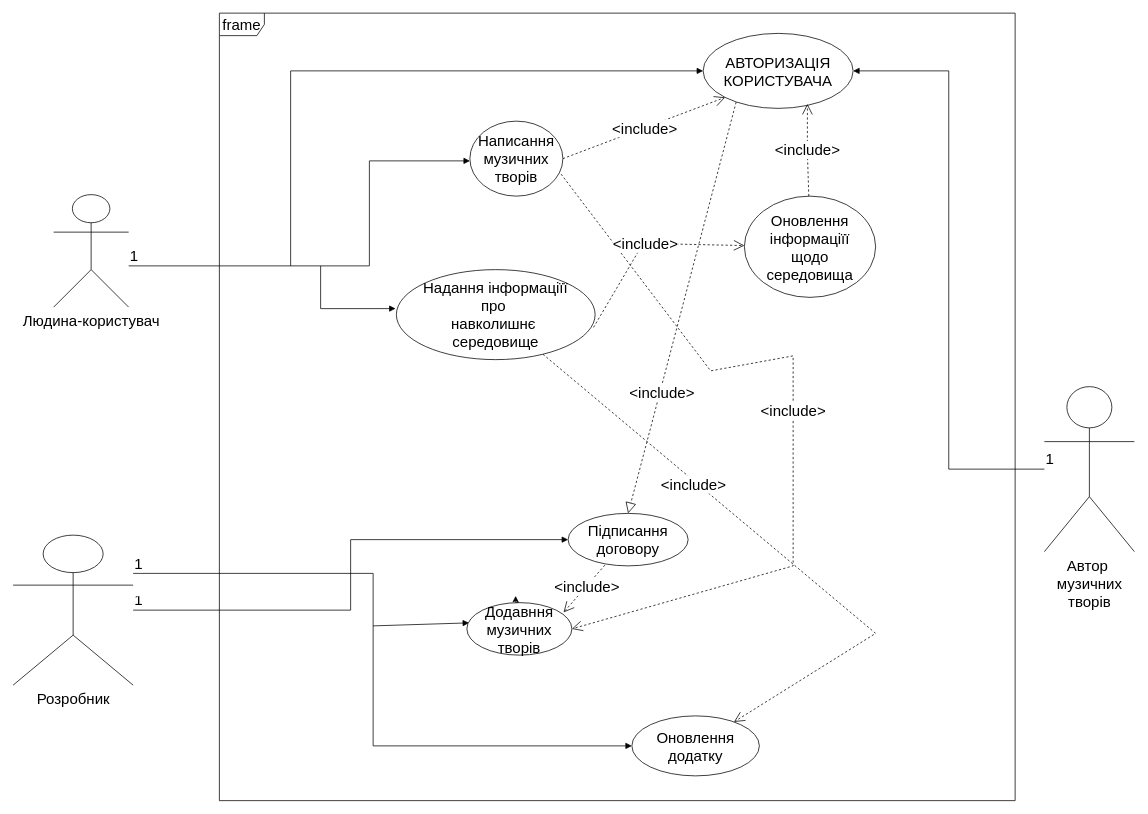
Before: 1-SoftwareRequirements/1.3-SoftwareUserRequirements/1.3.3-UseCaseDiagram/lab2.drawio.xml in oleksandrblazhko/eai205-shonin, a draw.io diagram. Source tidied: cells renumbered, new cells numbered last; positions are measured from the earlier drawing's top-left corner, leaving out a move shared by most shapes. Both pictures are drawn from the tidied source at 75%, with x=0, y=0 at pixel (13, 13).
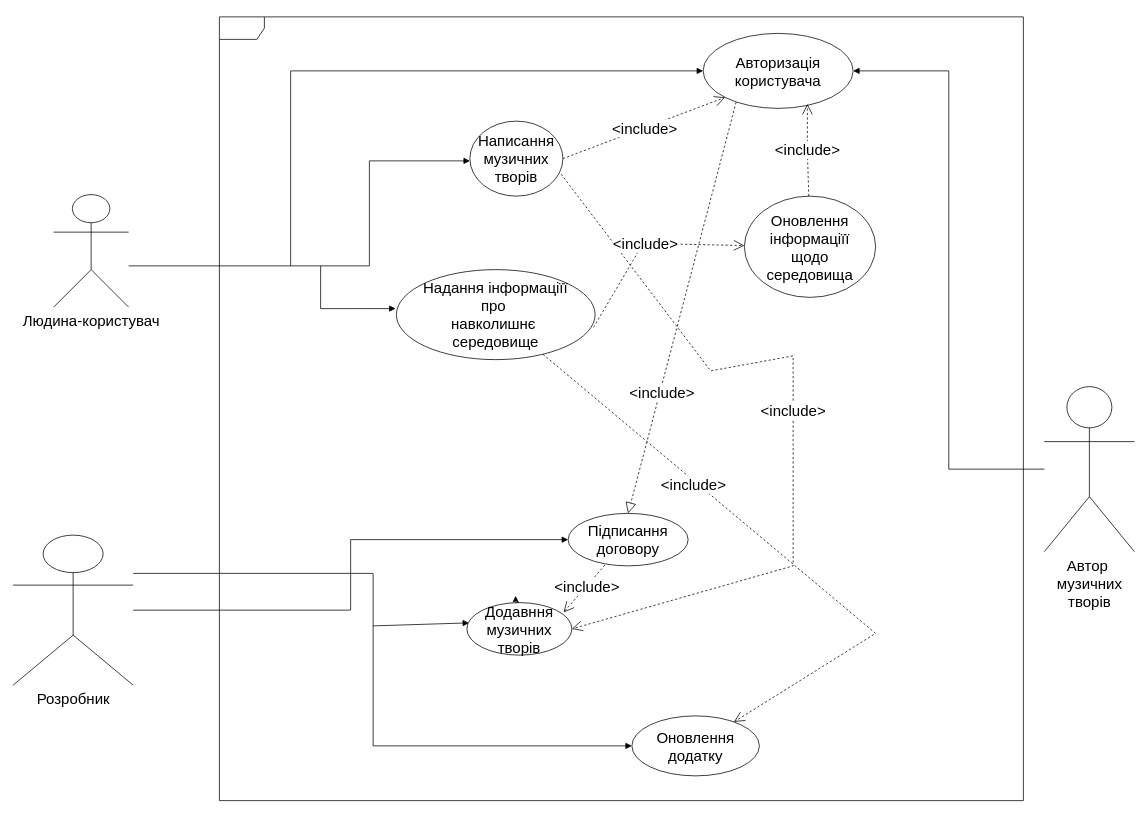
The same diagram, later.

The change refers to these unchanged cells:
```xml
<mxCell id="10" style="endArrow=block;endFill=1;html=1;edgeStyle=orthogonalEdgeStyle;align=left;verticalAlign=top;rounded=0;fontSize=20;entryX=0;entryY=0.5;entryDx=0;entryDy=0;" parent="1" edge="1" source="6" target="9">
  <mxGeometry x="-1" relative="1" as="geometry" />
</mxCell>
<mxCell id="12" style="endArrow=block;endFill=1;html=1;edgeStyle=orthogonalEdgeStyle;align=left;verticalAlign=top;rounded=0;fontSize=20;entryX=1;entryY=0.5;entryDx=0;entryDy=0;" parent="1" edge="1" source="3" target="7">
  <mxGeometry x="-1" relative="1" as="geometry" />
</mxCell>
<mxCell id="14" value="&amp;nbsp; &amp;nbsp;&amp;nbsp;" style="endArrow=block;endFill=1;html=1;edgeStyle=orthogonalEdgeStyle;align=left;verticalAlign=top;rounded=0;fontSize=20;entryX=0;entryY=0.5;entryDx=0;entryDy=0;" parent="1" edge="1" source="6" target="4">
  <mxGeometry x="-1" relative="1" as="geometry">
    <Array as="points">
      <mxPoint x="480" y="747" />
      <mxPoint x="480" y="977" />
    </Array>
  </mxGeometry>
</mxCell>
<mxCell id="16" style="endArrow=block;endFill=1;html=1;edgeStyle=orthogonalEdgeStyle;align=left;verticalAlign=top;rounded=0;fontSize=20;" parent="1" edge="1" source="2" target="29">
  <mxGeometry x="-1" relative="1" as="geometry">
    <Array as="points">
      <mxPoint x="475" y="337" />
      <mxPoint x="475" y="197" />
    </Array>
  </mxGeometry>
</mxCell>
```

The edit, as a diff of the source:
```diff
@@
-    <mxCell id="7" value="АВТОРИЗАЦІЯ&lt;br&gt;КОРИСТУВАЧА" style="ellipse;whiteSpace=wrap;html=1;align=center;fontSize=20;" parent="1" vertex="1">
+    <mxCell id="7" value="Авторизація&lt;br&gt;користувача" style="ellipse;whiteSpace=wrap;html=1;align=center;fontSize=20;" parent="1" vertex="1">
       <mxGeometry x="920" y="27" width="200" height="100" as="geometry" />
     </mxCell>
@@
-    <mxCell id="11" value="1" style="edgeLabel;html=1;align=left;verticalAlign=bottom;fontSize=20;" parent="10" vertex="1">
-      <mxGeometry x="-1" relative="1" as="geometry" />
-    </mxCell>
@@
-    <mxCell id="13" value="1" style="edgeLabel;html=1;align=left;verticalAlign=bottom;fontSize=20;" parent="12" vertex="1">
-      <mxGeometry x="-1" relative="1" as="geometry" />
-    </mxCell>
@@
-    <mxCell id="15" value="1" style="edgeLabel;html=1;align=left;verticalAlign=bottom;fontSize=20;" parent="14" vertex="1">
-      <mxGeometry x="-1" relative="1" as="geometry" />
-    </mxCell>
@@
-    <mxCell id="17" value="1" style="edgeLabel;html=1;align=left;verticalAlign=bottom;fontSize=20;" parent="16" vertex="1">
-      <mxGeometry x="-1" relative="1" as="geometry" />
-    </mxCell>
@@
-    <mxCell id="32" value="frame" style="shape=umlFrame;whiteSpace=wrap;html=1;fontSize=20;" parent="1" vertex="1">
-      <mxGeometry x="275" width="1061" height="1050" as="geometry" />
+    <mxCell id="32" style="shape=umlFrame;whiteSpace=wrap;html=1;fontSize=20;" parent="1" vertex="1">
+      <mxGeometry x="275" y="5" width="1072" height="1045" as="geometry" />
     </mxCell>
```
